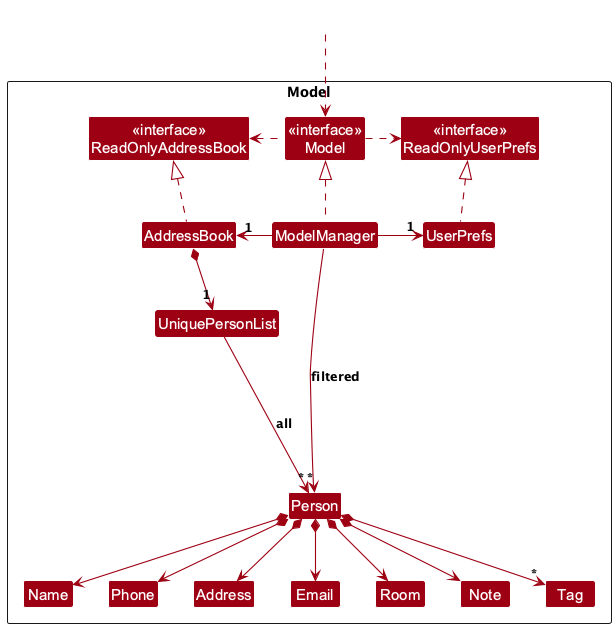
Before: docs/images/ModelClassDiagram.png, a diagram exported from PlantUML (AY2627S1-CS2103T-F10-1/tp).
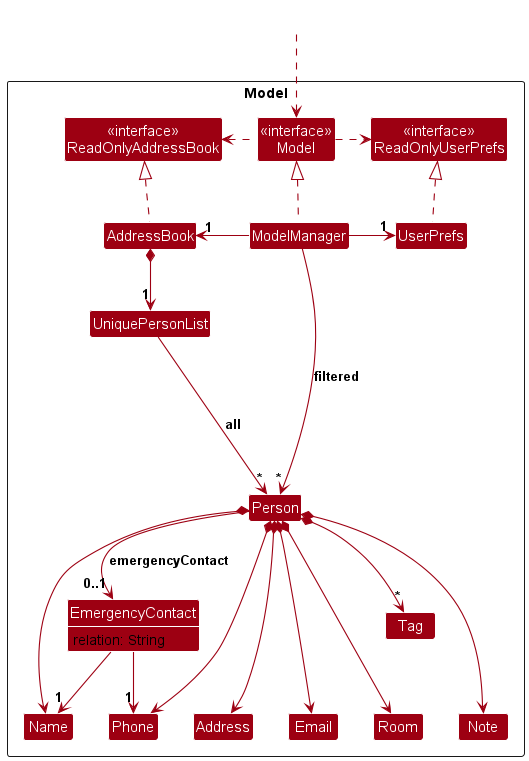
Later version of the same file.

Commit message:
Document emergency clearing tests and model storage relationships

The edit, as a diff of the source:
```diff
@@ -21,6 +21,10 @@
 Class Room
 Class Note
 Class Tag
+Class EmergencyContact {
+  relation: String
+}
+show EmergencyContact fields
 
 Class I #FFFFFF
 }
@@ -46,6 +50,9 @@
 Person *--> Room
 Person *--> Note
 Person *--> "*" Tag
+Person --> "0..1" EmergencyContact : emergencyContact
+EmergencyContact --> "1" Name
+EmergencyContact --> "1" Phone
 
 Person -[hidden]up--> I
 UniquePersonList -[hidden]right-> I
```
